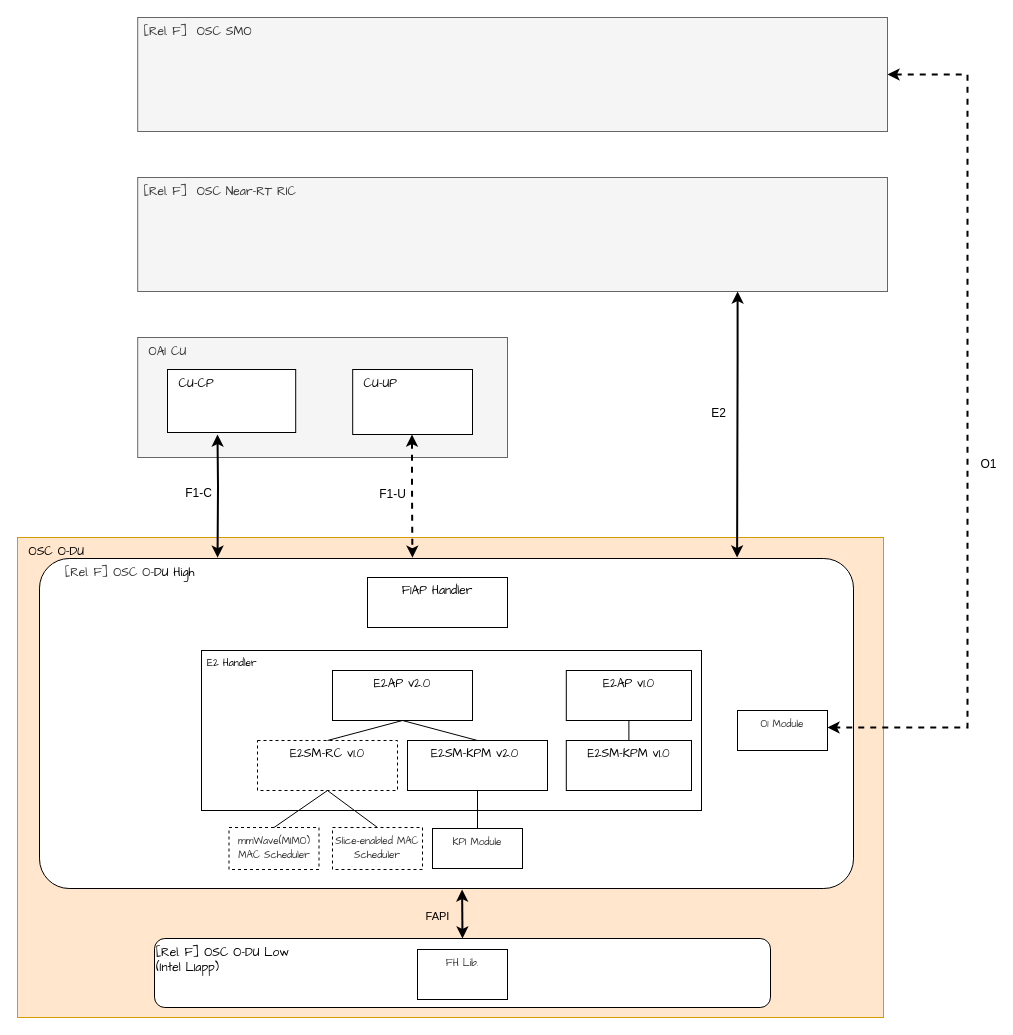
The draw.io diagram page "DU" (5 of 5) of O-RAN System Architectures.drawio in bmw-ece-ntust/diagrams, before the edit. Source tidied: cells renumbered, new cells numbered last; positions are measured from the earlier drawing's top-left corner, leaving out a move shared by most shapes. Both pictures are drawn from the tidied source at 100%, with x=0, y=0 at pixel (17, 17).
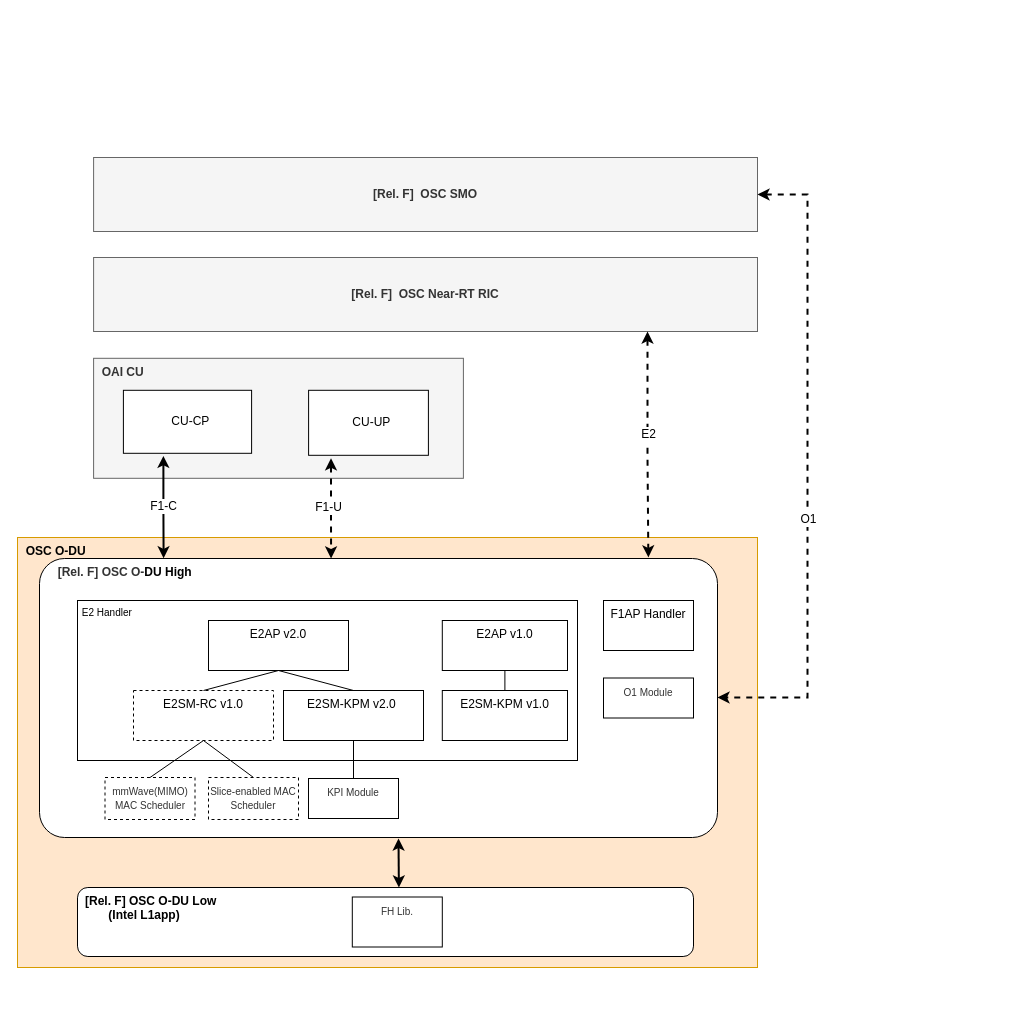
The same page after the edit.

The edit, as a diff of the source:
```diff
@@
-    <mxCell id="2" value="&lt;font face=&quot;Comic Sans MS&quot;&gt;&amp;nbsp; OSC O-DU&lt;/font&gt;" style="rounded=0;whiteSpace=wrap;html=1;fillColor=#ffe6cc;strokeColor=#d79b00;verticalAlign=top;align=left;" parent="1" vertex="1">
-      <mxGeometry y="520" width="866" height="480" as="geometry" />
+    <mxCell id="2" value="&lt;font&gt;&amp;nbsp; OSC O-DU&lt;/font&gt;" style="rounded=0;whiteSpace=wrap;html=1;fillColor=#ffe6cc;strokeColor=#d79b00;verticalAlign=top;align=left;fontFamily=Helvetica;fontStyle=1;" parent="1" vertex="1">
+      <mxGeometry y="520" width="740" height="430" as="geometry" />
     </mxCell>
-    <mxCell id="3" value="&lt;font face=&quot;Comic Sans MS&quot;&gt;&amp;nbsp; &amp;nbsp; &amp;nbsp;&lt;/font&gt;&lt;span style=&quot;color: rgb(51, 51, 51); font-family: &amp;quot;Comic Sans MS&amp;quot;;&quot;&gt;[Rel. F] OSC O-&lt;/span&gt;&lt;font face=&quot;Comic Sans MS&quot;&gt;DU High&lt;/font&gt;" style="rounded=1;whiteSpace=wrap;html=1;verticalAlign=top;align=left;arcSize=9;" parent="1" vertex="1">
-      <mxGeometry x="22" y="541" width="814" height="330" as="geometry" />
+    <mxCell id="3" value="&lt;b&gt;&lt;font&gt;&amp;nbsp; &amp;nbsp; &amp;nbsp;&lt;/font&gt;&lt;span style=&quot;color: rgb(51, 51, 51);&quot;&gt;[Rel. F] OSC O-&lt;/span&gt;&lt;font&gt;DU High&lt;/font&gt;&lt;/b&gt;" style="rounded=1;whiteSpace=wrap;html=1;verticalAlign=top;align=left;arcSize=9;fontFamily=Helvetica;" parent="1" vertex="1">
+      <mxGeometry x="22" y="541" width="678" height="279" as="geometry" />
     </mxCell>
-    <mxCell id="4" value="&lt;font face=&quot;Comic Sans MS&quot;&gt;[Rel. F] OSC O-DU Low&lt;br&gt;(Intel L1app)&amp;nbsp;&lt;/font&gt;" style="rounded=1;whiteSpace=wrap;html=1;verticalAlign=top;align=left;" parent="1" vertex="1">
-      <mxGeometry x="137" y="921" width="616" height="69" as="geometry" />
+    <mxCell id="4" value="&lt;font&gt;&lt;b&gt;[Rel. F] OSC O-DU Low&lt;br&gt;&amp;nbsp; &amp;nbsp; &amp;nbsp; &amp;nbsp;(Intel L1app)&amp;nbsp;&lt;/b&gt;&lt;/font&gt;" style="rounded=1;whiteSpace=wrap;html=1;verticalAlign=top;align=left;fontFamily=Helvetica;spacingLeft=6;" parent="1" vertex="1">
+      <mxGeometry x="60" y="870" width="616" height="69" as="geometry" />
     </mxCell>
-    <mxCell id="5" value="&lt;font face=&quot;Comic Sans MS&quot; style=&quot;font-size: 10px;&quot;&gt;&amp;nbsp;E2 Handler&lt;/font&gt;" style="rounded=0;whiteSpace=wrap;html=1;align=left;verticalAlign=top;fontSize=10;" parent="1" vertex="1">
-      <mxGeometry x="184" y="633" width="500" height="160" as="geometry" />
+    <mxCell id="5" value="&lt;font style=&quot;font-size: 10px;&quot;&gt;&amp;nbsp;E2 Handler&lt;/font&gt;" style="rounded=0;whiteSpace=wrap;html=1;align=left;verticalAlign=top;fontSize=10;fontFamily=Helvetica;" parent="1" vertex="1">
+      <mxGeometry x="60" y="583" width="500" height="160" as="geometry" />
     </mxCell>
-    <mxCell id="6" style="endArrow=classic;startArrow=classic;html=1;rounded=0;strokeWidth=2;" parent="1" edge="1">
+    <mxCell id="6" style="endArrow=classic;startArrow=classic;html=1;rounded=0;strokeWidth=2;fontFamily=Helvetica;" parent="1" edge="1">
       <mxGeometry relative="1" as="geometry">
-        <mxPoint x="445" y="921" as="sourcePoint" />
-        <mxPoint x="444.6" y="872" as="targetPoint" />
+        <mxPoint x="381.4" y="870" as="sourcePoint" />
+        <mxPoint x="381" y="821" as="targetPoint" />
       </mxGeometry>
     </mxCell>
-    <mxCell id="7" value="FAPI" style="edgeLabel;html=1;align=center;verticalAlign=middle;labelBackgroundColor=none;" parent="6" vertex="1">
-      <mxGeometry x="0.03" y="-2" relative="1" as="geometry">
-        <mxPoint x="-27" y="3" as="offset" />
-      </mxGeometry>
-    </mxCell>
-    <mxCell id="8" value="E2AP v1.0" style="rounded=0;whiteSpace=wrap;html=1;labelBackgroundColor=none;fontFamily=Comic Sans MS;verticalAlign=top;align=center;" parent="1" vertex="1">
-      <mxGeometry x="548.8" y="653" width="125.2" height="50" as="geometry" />
+    <mxCell id="8" value="E2AP v1.0" style="rounded=0;whiteSpace=wrap;html=1;labelBackgroundColor=none;fontFamily=Helvetica;verticalAlign=top;align=center;" parent="1" vertex="1">
+      <mxGeometry x="424.8" y="603" width="125.2" height="50" as="geometry" />
     </mxCell>
@@
-    <mxCell id="10" value="E2SM-RC v1.0" style="rounded=0;whiteSpace=wrap;html=1;labelBackgroundColor=none;fontFamily=Comic Sans MS;verticalAlign=top;align=center;dashed=1;" parent="1" vertex="1">
-      <mxGeometry x="240" y="723" width="140" height="50" as="geometry" />
+    <mxCell id="10" value="E2SM-RC v1.0" style="rounded=0;whiteSpace=wrap;html=1;labelBackgroundColor=none;fontFamily=Helvetica;verticalAlign=top;align=center;dashed=1;" parent="1" vertex="1">
+      <mxGeometry x="116" y="673" width="140" height="50" as="geometry" />
     </mxCell>
     <mxCell id="11" style="edgeStyle=orthogonalEdgeStyle;rounded=0;sketch=0;jumpStyle=none;jettySize=auto;html=1;entryX=0.5;entryY=0;entryDx=0;entryDy=0;shadow=0;fontFamily=Helvetica;fontSize=12;fontColor=#000000;startArrow=none;startFill=0;endArrow=none;endFill=0;strokeWidth=1;exitX=0.5;exitY=1;exitDx=0;exitDy=0;" parent="1" edge="1" source="12" target="13">
       <mxGeometry x="-1" y="-19" relative="1" as="geometry">
         <Array as="points">
-          <mxPoint x="460" y="811" />
+          <mxPoint x="336" y="761" />
         </Array>
         <mxPoint x="-6" y="-1" as="offset" />
       </mxGeometry>
     </mxCell>
-    <mxCell id="12" value="E2SM-KPM v2.0&amp;nbsp;" style="rounded=0;whiteSpace=wrap;html=1;labelBackgroundColor=none;fontFamily=Comic Sans MS;verticalAlign=top;align=center;" parent="1" vertex="1">
-      <mxGeometry x="390" y="723" width="140" height="50" as="geometry" />
+    <mxCell id="12" value="E2SM-KPM v2.0&amp;nbsp;" style="rounded=0;whiteSpace=wrap;html=1;labelBackgroundColor=none;fontFamily=Helvetica;verticalAlign=top;align=center;" parent="1" vertex="1">
+      <mxGeometry x="266" y="673" width="140" height="50" as="geometry" />
     </mxCell>
-    <mxCell id="13" value="&lt;span style=&quot;color: rgb(51, 51, 51); font-size: 10px;&quot;&gt;KPI Module&lt;/span&gt;" style="rounded=0;whiteSpace=wrap;html=1;labelBackgroundColor=none;fontFamily=Comic Sans MS;verticalAlign=top;align=center;" parent="1" vertex="1">
-      <mxGeometry x="415" y="811" width="90" height="40" as="geometry" />
+    <mxCell id="13" value="&lt;span style=&quot;color: rgb(51, 51, 51); font-size: 10px;&quot;&gt;KPI Module&lt;/span&gt;" style="rounded=0;whiteSpace=wrap;html=1;labelBackgroundColor=none;fontFamily=Helvetica;verticalAlign=top;align=center;" parent="1" vertex="1">
+      <mxGeometry x="291" y="761" width="90" height="40" as="geometry" />
     </mxCell>
-    <mxCell id="14" value="&lt;span style=&quot;color: rgb(51, 51, 51); font-size: 10px;&quot;&gt;mmWave(MIMO)&lt;br&gt;MAC Scheduler&lt;br&gt;&lt;/span&gt;" style="rounded=0;whiteSpace=wrap;html=1;labelBackgroundColor=none;fontFamily=Comic Sans MS;verticalAlign=top;align=center;dashed=1;" parent="1" vertex="1">
-      <mxGeometry x="211.5" y="810" width="90" height="42" as="geometry" />
+    <mxCell id="14" value="&lt;span style=&quot;color: rgb(51, 51, 51); font-size: 10px;&quot;&gt;mmWave(MIMO)&lt;br&gt;MAC Scheduler&lt;br&gt;&lt;/span&gt;" style="rounded=0;whiteSpace=wrap;html=1;labelBackgroundColor=none;fontFamily=Helvetica;verticalAlign=top;align=center;dashed=1;" parent="1" vertex="1">
+      <mxGeometry x="87.5" y="760" width="90" height="42" as="geometry" />
     </mxCell>
-    <mxCell id="15" value="F1AP Handler" style="rounded=0;whiteSpace=wrap;html=1;labelBackgroundColor=none;fontFamily=Comic Sans MS;verticalAlign=top;align=center;" parent="1" vertex="1">
-      <mxGeometry x="350" y="560" width="140" height="50" as="geometry" />
+    <mxCell id="15" value="F1AP Handler" style="rounded=0;whiteSpace=wrap;html=1;labelBackgroundColor=none;fontFamily=Helvetica;verticalAlign=top;align=center;" parent="1" vertex="1">
+      <mxGeometry x="586" y="583" width="90" height="50" as="geometry" />
     </mxCell>
     <mxCell id="16" style="endArrow=none;html=1;rounded=0;shadow=0;sketch=0;fontFamily=Helvetica;fontSize=12;fontColor=#000000;strokeWidth=1;jumpStyle=none;exitX=0.5;exitY=0;exitDx=0;exitDy=0;" parent="1" edge="1" source="10">
       <mxGeometry relative="1" as="geometry">
-        <mxPoint x="385" y="703" as="targetPoint" />
+        <mxPoint x="261" y="653" as="targetPoint" />
       </mxGeometry>
     </mxCell>
-    <mxCell id="17" value="E2AP v2.0" style="rounded=0;whiteSpace=wrap;html=1;labelBackgroundColor=none;fontFamily=Comic Sans MS;verticalAlign=top;align=center;" parent="1" vertex="1">
-      <mxGeometry x="315" y="653" width="140" height="50" as="geometry" />
+    <mxCell id="17" value="E2AP v2.0" style="rounded=0;whiteSpace=wrap;html=1;labelBackgroundColor=none;fontFamily=Helvetica;verticalAlign=top;align=center;" parent="1" vertex="1">
+      <mxGeometry x="191" y="603" width="140" height="50" as="geometry" />
     </mxCell>
-    <mxCell id="18" value="E2SM-KPM v1.0" style="rounded=0;whiteSpace=wrap;html=1;labelBackgroundColor=none;fontFamily=Comic Sans MS;verticalAlign=top;align=center;" parent="1" vertex="1">
-      <mxGeometry x="548.8" y="723" width="125.2" height="50" as="geometry" />
+    <mxCell id="18" value="E2SM-KPM v1.0" style="rounded=0;whiteSpace=wrap;html=1;labelBackgroundColor=none;fontFamily=Helvetica;verticalAlign=top;align=center;" parent="1" vertex="1">
+      <mxGeometry x="424.8" y="673" width="125.2" height="50" as="geometry" />
     </mxCell>
     <mxCell id="19" style="endArrow=none;html=1;rounded=0;shadow=0;sketch=0;fontFamily=Helvetica;fontSize=12;fontColor=#000000;strokeWidth=1;jumpStyle=none;exitX=0.5;exitY=0;exitDx=0;exitDy=0;" parent="1" edge="1" source="12">
       <mxGeometry relative="1" as="geometry">
-        <mxPoint x="385" y="703" as="targetPoint" />
+        <mxPoint x="261" y="653" as="targetPoint" />
       </mxGeometry>
     </mxCell>
@@
-    <mxCell id="21" value="&lt;span style=&quot;color: rgb(51, 51, 51); font-size: 10px;&quot;&gt;FH Lib.&lt;/span&gt;" style="rounded=0;whiteSpace=wrap;html=1;labelBackgroundColor=none;fontFamily=Comic Sans MS;verticalAlign=top;align=center;" parent="1" vertex="1">
-      <mxGeometry x="400" y="932" width="90" height="50" as="geometry" />
+    <mxCell id="21" value="&lt;span style=&quot;color: rgb(51, 51, 51); font-size: 10px;&quot;&gt;FH Lib.&lt;/span&gt;" style="rounded=0;whiteSpace=wrap;html=1;labelBackgroundColor=none;fontFamily=Helvetica;verticalAlign=top;align=center;" parent="1" vertex="1">
+      <mxGeometry x="334.8" y="879.5" width="90" height="50" as="geometry" />
     </mxCell>
-    <mxCell id="22" value="&lt;span style=&quot;color: rgb(51, 51, 51); font-size: 10px;&quot;&gt;Slice-enabled MAC Scheduler&lt;br&gt;&lt;/span&gt;" style="rounded=0;whiteSpace=wrap;html=1;labelBackgroundColor=none;fontFamily=Comic Sans MS;verticalAlign=top;align=center;dashed=1;" parent="1" vertex="1">
-      <mxGeometry x="315" y="810" width="90" height="42" as="geometry" />
+    <mxCell id="22" value="&lt;span style=&quot;color: rgb(51, 51, 51); font-size: 10px;&quot;&gt;Slice-enabled MAC Scheduler&lt;br&gt;&lt;/span&gt;" style="rounded=0;whiteSpace=wrap;html=1;labelBackgroundColor=none;fontFamily=Helvetica;verticalAlign=top;align=center;dashed=1;" parent="1" vertex="1">
+      <mxGeometry x="191" y="760" width="90" height="42" as="geometry" />
     </mxCell>
@@
-    <mxCell id="24" value="&lt;span style=&quot;color: rgb(51, 51, 51); font-size: 10px;&quot;&gt;O1 Module&lt;/span&gt;" style="rounded=0;whiteSpace=wrap;html=1;labelBackgroundColor=none;fontFamily=Comic Sans MS;verticalAlign=top;align=center;" parent="1" vertex="1">
-      <mxGeometry x="720" y="693" width="90" height="40" as="geometry" />
+    <mxCell id="24" value="&lt;span style=&quot;color: rgb(51, 51, 51); font-size: 10px;&quot;&gt;O1 Module&lt;/span&gt;" style="rounded=0;whiteSpace=wrap;html=1;labelBackgroundColor=none;fontFamily=Helvetica;verticalAlign=top;align=center;" parent="1" vertex="1">
+      <mxGeometry x="586" y="660.5" width="90" height="40" as="geometry" />
     </mxCell>
-    <mxCell id="25" value="&lt;font face=&quot;Comic Sans MS&quot;&gt;&amp;nbsp; OAI CU&lt;/font&gt;" style="rounded=0;whiteSpace=wrap;html=1;fillColor=#f5f5f5;fontColor=#333333;strokeColor=#666666;imageVerticalAlign=middle;align=left;labelPosition=center;verticalLabelPosition=middle;verticalAlign=top;" parent="1" vertex="1">
-      <mxGeometry x="120.2" y="320" width="369.8" height="120" as="geometry" />
+    <mxCell id="25" value="&lt;font&gt;&amp;nbsp; OAI CU&lt;/font&gt;" style="rounded=0;whiteSpace=wrap;html=1;fillColor=#f5f5f5;fontColor=#333333;strokeColor=#666666;imageVerticalAlign=middle;align=left;labelPosition=center;verticalLabelPosition=middle;verticalAlign=top;fontFamily=Helvetica;fontStyle=1;" parent="1" vertex="1">
+      <mxGeometry x="76.1" y="340.8" width="369.8" height="120" as="geometry" />
     </mxCell>
-    <mxCell id="26" value="&lt;font face=&quot;Comic Sans MS&quot;&gt;&amp;nbsp; CU-CP&lt;/font&gt;" style="rounded=0;whiteSpace=wrap;html=1;align=left;verticalAlign=top;" parent="1" vertex="1">
-      <mxGeometry x="150" y="352" width="128.2" height="63" as="geometry" />
+    <mxCell id="26" value="&lt;font&gt;&amp;nbsp; CU-CP&lt;/font&gt;" style="rounded=0;whiteSpace=wrap;html=1;align=center;verticalAlign=middle;fontFamily=Helvetica;" parent="1" vertex="1">
+      <mxGeometry x="105.9" y="372.8" width="128.2" height="63" as="geometry" />
     </mxCell>
-    <mxCell id="27" value="&lt;font face=&quot;Comic Sans MS&quot;&gt;&amp;nbsp; CU-UP&lt;/font&gt;" style="rounded=0;whiteSpace=wrap;html=1;align=left;verticalAlign=top;" parent="1" vertex="1">
-      <mxGeometry x="335.2" y="352" width="119.8" height="65" as="geometry" />
+    <mxCell id="27" value="&lt;font&gt;&amp;nbsp; CU-UP&lt;/font&gt;" style="rounded=0;whiteSpace=wrap;html=1;align=center;verticalAlign=middle;fontFamily=Helvetica;" parent="1" vertex="1">
+      <mxGeometry x="291.1" y="372.8" width="119.8" height="65" as="geometry" />
     </mxCell>
-    <mxCell id="28" style="edgeStyle=orthogonalEdgeStyle;rounded=0;sketch=0;jumpStyle=none;jettySize=auto;html=1;entryX=0.231;entryY=0.042;entryDx=0;entryDy=0;shadow=0;fontFamily=Helvetica;fontSize=12;fontColor=#000000;startArrow=classic;startFill=1;endArrow=classic;endFill=1;strokeWidth=2;entryPerimeter=0;" parent="1" edge="1" target="2">
+    <mxCell id="28" style="edgeStyle=orthogonalEdgeStyle;rounded=0;sketch=0;jumpStyle=none;jettySize=auto;html=1;shadow=0;fontFamily=Helvetica;fontSize=12;fontColor=#000000;startArrow=classic;startFill=1;endArrow=classic;endFill=1;strokeWidth=2;exitX=0.312;exitY=1.041;exitDx=0;exitDy=0;exitPerimeter=0;" parent="1" edge="1" source="26">
       <mxGeometry relative="1" as="geometry">
-        <mxPoint x="200" y="417" as="sourcePoint" />
+        <mxPoint x="146.1" y="540.8" as="targetPoint" />
       </mxGeometry>
     </mxCell>
     <mxCell id="29" value="F1-C" style="edgeLabel;html=1;align=center;verticalAlign=middle;fontSize=12;fontFamily=Helvetica;fontColor=#000000;" parent="28" vertex="1">
       <mxGeometry x="-0.35" relative="1" as="geometry">
-        <mxPoint x="-20" y="19" as="offset" />
+        <mxPoint y="16" as="offset" />
       </mxGeometry>
     </mxCell>
-    <mxCell id="30" value="&lt;font face=&quot;Comic Sans MS&quot;&gt;&amp;nbsp;&lt;/font&gt;&lt;span style=&quot;font-family: &amp;quot;Comic Sans MS&amp;quot;;&quot;&gt;[Rel. F]&amp;nbsp;&lt;/span&gt;&lt;font face=&quot;Comic Sans MS&quot;&gt;&amp;nbsp;OSC Near-RT RIC&amp;nbsp;&lt;/font&gt;" style="rounded=0;whiteSpace=wrap;html=1;fillColor=#f5f5f5;fontColor=#333333;strokeColor=#666666;imageVerticalAlign=middle;align=left;labelPosition=center;verticalLabelPosition=middle;verticalAlign=top;" parent="1" vertex="1">
-      <mxGeometry x="120.2" y="160" width="749.8" height="114" as="geometry" />
+    <mxCell id="30" value="&lt;font&gt;&amp;nbsp;&lt;/font&gt;&lt;span style=&quot;&quot;&gt;[Rel. F]&amp;nbsp;&lt;/span&gt;&lt;font&gt;&amp;nbsp;OSC Near-RT RIC&amp;nbsp;&lt;/font&gt;" style="rounded=0;whiteSpace=wrap;html=1;fillColor=#f5f5f5;fontColor=#333333;strokeColor=#666666;imageVerticalAlign=middle;align=center;labelPosition=center;verticalLabelPosition=middle;verticalAlign=middle;fontFamily=Helvetica;fontStyle=1;" parent="1" vertex="1">
+      <mxGeometry x="76.1" y="240" width="663.9" height="74" as="geometry" />
     </mxCell>
-    <mxCell id="31" style="edgeStyle=orthogonalEdgeStyle;rounded=0;sketch=0;jumpStyle=none;jettySize=auto;html=1;entryX=0.456;entryY=0.042;entryDx=0;entryDy=0;shadow=0;fontFamily=Helvetica;fontSize=12;fontColor=#000000;startArrow=classic;startFill=1;endArrow=classic;endFill=1;strokeWidth=2;entryPerimeter=0;dashed=1;" parent="1" edge="1" target="2">
+    <mxCell id="31" style="edgeStyle=orthogonalEdgeStyle;rounded=0;sketch=0;jumpStyle=none;jettySize=auto;html=1;entryX=0.456;entryY=0.042;entryDx=0;entryDy=0;shadow=0;fontFamily=Helvetica;fontSize=12;fontColor=#000000;startArrow=classic;startFill=1;endArrow=classic;endFill=1;strokeWidth=2;entryPerimeter=0;dashed=1;exitX=0.642;exitY=0.833;exitDx=0;exitDy=0;exitPerimeter=0;" parent="1" edge="1" source="25">
       <mxGeometry relative="1" as="geometry">
-        <mxPoint x="394.5" y="417" as="sourcePoint" />
-        <Array as="points">
-          <mxPoint x="395" y="468" />
-        </Array>
+        <mxPoint x="313.6" y="541" as="targetPoint" />
       </mxGeometry>
     </mxCell>
     <mxCell id="32" value="F1-U" style="edgeLabel;html=1;align=center;verticalAlign=middle;fontSize=12;fontFamily=Helvetica;fontColor=#000000;" parent="31" vertex="1">
       <mxGeometry x="-0.35" relative="1" as="geometry">
-        <mxPoint x="-20" y="19" as="offset" />
+        <mxPoint x="-3" y="16" as="offset" />
       </mxGeometry>
     </mxCell>
-    <mxCell id="33" style="edgeStyle=orthogonalEdgeStyle;rounded=0;sketch=0;jumpStyle=none;jettySize=auto;html=1;shadow=0;fontFamily=Helvetica;fontSize=12;fontColor=#000000;startArrow=classic;startFill=1;endArrow=classic;endFill=1;strokeWidth=2;entryX=0.857;entryY=-0.003;entryDx=0;entryDy=0;entryPerimeter=0;" parent="1" edge="1" target="3">
-      <mxGeometry relative="1" as="geometry">
-        <mxPoint x="720.1" y="274" as="sourcePoint" />
-        <Array as="points">
-          <mxPoint x="720" y="340" />
-        </Array>
-      </mxGeometry>
-    </mxCell>
-    <mxCell id="34" value="E2" style="edgeLabel;html=1;align=center;verticalAlign=middle;fontSize=12;fontFamily=Helvetica;fontColor=#000000;" parent="33" vertex="1">
-      <mxGeometry x="-0.35" relative="1" as="geometry">
-        <mxPoint x="-20" y="36" as="offset" />
-      </mxGeometry>
-    </mxCell>
-    <mxCell id="35" value="&lt;font face=&quot;Comic Sans MS&quot;&gt;&amp;nbsp;&lt;/font&gt;&lt;span style=&quot;font-family: &amp;quot;Comic Sans MS&amp;quot;;&quot;&gt;[Rel. F]&amp;nbsp;&lt;/span&gt;&lt;font face=&quot;Comic Sans MS&quot;&gt;&amp;nbsp;OSC SMO&amp;nbsp;&lt;/font&gt;" style="rounded=0;whiteSpace=wrap;html=1;fillColor=#f5f5f5;fontColor=#333333;strokeColor=#666666;imageVerticalAlign=middle;align=left;labelPosition=center;verticalLabelPosition=middle;verticalAlign=top;" parent="1" vertex="1">
-      <mxGeometry x="120.2" width="749.8" height="114" as="geometry" />
+    <mxCell id="35" value="&lt;font&gt;&amp;nbsp;&lt;/font&gt;&lt;span style=&quot;&quot;&gt;[Rel. F]&amp;nbsp;&lt;/span&gt;&lt;font&gt;&amp;nbsp;OSC SMO&amp;nbsp;&lt;/font&gt;" style="rounded=0;whiteSpace=wrap;html=1;fillColor=#f5f5f5;fontColor=#333333;strokeColor=#666666;imageVerticalAlign=middle;align=center;labelPosition=center;verticalLabelPosition=middle;verticalAlign=middle;fontFamily=Helvetica;fontStyle=1;" parent="1" vertex="1">
+      <mxGeometry x="76.1" y="140" width="663.9" height="74" as="geometry" />
     </mxCell>
-    <mxCell id="36" style="edgeStyle=orthogonalEdgeStyle;rounded=0;sketch=0;jumpStyle=none;jettySize=auto;html=1;shadow=0;fontFamily=Helvetica;fontSize=12;fontColor=#000000;startArrow=classic;startFill=1;endArrow=classic;endFill=1;strokeWidth=2;dashed=1;exitX=1;exitY=0.5;exitDx=0;exitDy=0;" parent="1" edge="1" source="35">
+    <mxCell id="36" style="edgeStyle=orthogonalEdgeStyle;rounded=0;sketch=0;jumpStyle=none;orthogonalLoop=1;jettySize=auto;html=1;shadow=0;fontFamily=Helvetica;fontSize=12;fontColor=#000000;startArrow=classic;startFill=1;endArrow=classic;endFill=1;strokeWidth=2;dashed=1;" parent="1" edge="1">
       <mxGeometry relative="1" as="geometry">
-        <mxPoint x="810" y="710" as="targetPoint" />
+        <mxPoint x="740" y="177" as="sourcePoint" />
+        <mxPoint x="700" y="680" as="targetPoint" />
         <Array as="points">
-          <mxPoint x="950" y="57" />
-          <mxPoint x="950" y="710" />
-          <mxPoint x="810" y="710" />
+          <mxPoint x="790" y="177" />
+          <mxPoint x="790" y="680" />
         </Array>
       </mxGeometry>
     </mxCell>
     <mxCell id="37" value="O1" style="edgeLabel;html=1;align=center;verticalAlign=middle;fontSize=12;fontFamily=Helvetica;fontColor=#000000;" parent="36" vertex="1">
       <mxGeometry x="-0.35" relative="1" as="geometry">
-        <mxPoint x="20" y="185" as="offset" />
+        <mxPoint y="165" as="offset" />
       </mxGeometry>
     </mxCell>
+    <mxCell id="38" style="edgeStyle=orthogonalEdgeStyle;rounded=0;sketch=0;jumpStyle=none;jettySize=auto;html=1;entryX=0.898;entryY=-0.004;entryDx=0;entryDy=0;shadow=0;fontFamily=Helvetica;fontSize=12;fontColor=#000000;startArrow=classic;startFill=1;endArrow=classic;endFill=1;strokeWidth=2;entryPerimeter=0;dashed=1;" parent="1" edge="1" target="3">
+      <mxGeometry relative="1" as="geometry">
+        <mxPoint x="630" y="314" as="sourcePoint" />
+        <Array as="points">
+          <mxPoint x="630" y="439" />
+        </Array>
+      </mxGeometry>
+    </mxCell>
+    <mxCell id="34" value="E2" style="edgeLabel;html=1;align=center;verticalAlign=middle;fontSize=12;fontFamily=Helvetica;fontColor=#000000;" parent="38" vertex="1">
+      <mxGeometry x="-0.35" relative="1" as="geometry">
+        <mxPoint y="29" as="offset" />
+      </mxGeometry>
+    </mxCell>
```
